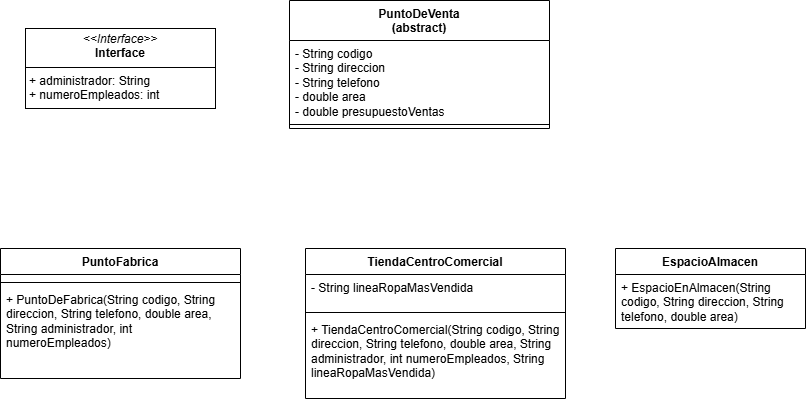
Above: TallerFinalPunto3.drawio.png in AngelDavidGutierrez/TallerFinalPunto3 (draw.io), before the change. Source tidied: cells renumbered, new cells last; positions are measured from the earlier drawing's top-left corner, leaving out a move shared by most shapes.
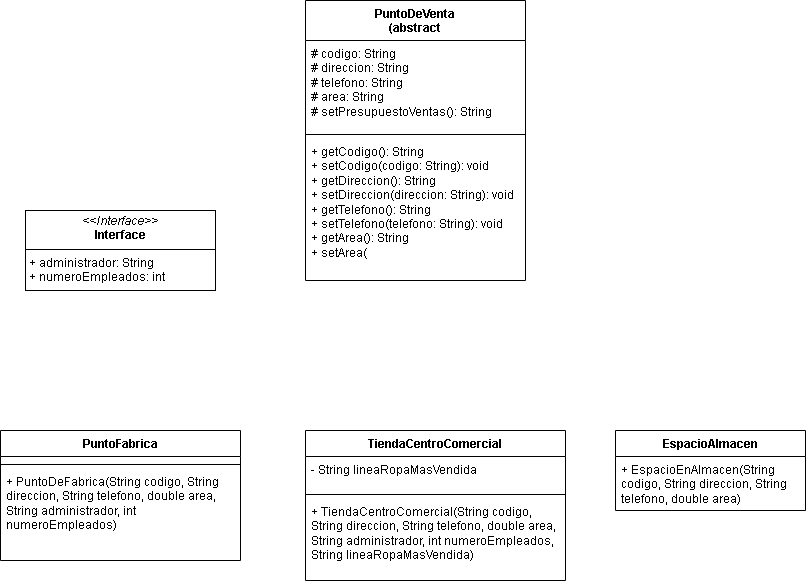
Later version of the same file.

What changed in the source:
```diff
@@ -2,15 +2,6 @@
   <root>
     <mxCell id="0" />
     <mxCell id="1" parent="0" />
-    <mxCell id="2" value="PuntoDeVenta &lt;br&gt;(abstract)" style="swimlane;fontStyle=1;align=center;verticalAlign=top;horizontal=1;startSize=40;whiteSpace=wrap;html=1;" parent="1" vertex="1">
-      <mxGeometry x="289" width="260" height="128" as="geometry" />
-    </mxCell>
-    <mxCell id="3" value="- String codigo&lt;div&gt;- String direccion&lt;/div&gt;&lt;div&gt;- String telefono&lt;/div&gt;&lt;div&gt;- double area&lt;/div&gt;&lt;div&gt;- double presupuestoVentas&lt;/div&gt;" style="text;strokeColor=none;fillColor=none;align=left;verticalAlign=top;spacingLeft=4;spacingRight=4;overflow=hidden;whiteSpace=wrap;html=1;" parent="2" vertex="1">
-      <mxGeometry y="40" width="260" height="80" as="geometry" />
-    </mxCell>
-    <mxCell id="4" style="line;strokeWidth=1;fillColor=none;align=left;verticalAlign=middle;spacingTop=-1;spacingLeft=3;spacingRight=3;labelPosition=right;strokeColor=inherit;" parent="2" vertex="1">
-      <mxGeometry y="120" width="260" height="8" as="geometry" />
-    </mxCell>
     <mxCell id="5" value="PuntoFabrica" style="swimlane;fontStyle=1;align=center;verticalAlign=top;horizontal=1;startSize=26;whiteSpace=wrap;html=1;" parent="1" vertex="1">
       <mxGeometry y="248" width="240" height="130" as="geometry" />
     </mxCell>
@@ -44,5 +35,17 @@
     <mxCell id="15" value="&lt;p style=&quot;margin:0px;margin-top:4px;text-align:center;&quot;&gt;&lt;i&gt;&amp;lt;&amp;lt;Interface&amp;gt;&amp;gt;&lt;/i&gt;&lt;br&gt;&lt;b&gt;Interface&lt;/b&gt;&lt;/p&gt;&lt;hr size=&quot;1&quot; style=&quot;border-style:solid;&quot;&gt;&lt;p style=&quot;margin:0px;margin-left:4px;&quot;&gt;+ administrador: String&amp;nbsp;&lt;br&gt;+ numeroEmpleados: int&lt;/p&gt;&lt;hr size=&quot;1&quot; style=&quot;border-style:solid;&quot;&gt;&lt;p style=&quot;margin:0px;margin-left:4px;&quot;&gt;&lt;br&gt;&lt;/p&gt;" style="verticalAlign=top;align=left;overflow=fill;html=1;whiteSpace=wrap;" parent="1" vertex="1">
       <mxGeometry x="25" y="28" width="190" height="80" as="geometry" />
     </mxCell>
+    <mxCell id="16" value="PuntoDeVenta&lt;div&gt;(abstract&lt;/div&gt;" style="swimlane;fontStyle=1;align=center;verticalAlign=top;horizontal=1;startSize=40;whiteSpace=wrap;html=1;" parent="1" vertex="1">
+      <mxGeometry x="305" y="-182" width="220" height="280" as="geometry" />
+    </mxCell>
+    <mxCell id="17" value="# codigo: String&lt;div&gt;# direccion: String&lt;/div&gt;&lt;div&gt;# telefono: String&lt;/div&gt;&lt;div&gt;# area: String&lt;/div&gt;&lt;div&gt;# setPresupuestoVentas(): String&lt;/div&gt;" style="text;strokeColor=none;fillColor=none;align=left;verticalAlign=top;spacingLeft=4;spacingRight=4;overflow=hidden;whiteSpace=wrap;html=1;" parent="16" vertex="1">
+      <mxGeometry y="40" width="220" height="90" as="geometry" />
+    </mxCell>
+    <mxCell id="18" style="line;strokeWidth=1;fillColor=none;align=left;verticalAlign=middle;spacingTop=-1;spacingLeft=3;spacingRight=3;labelPosition=right;strokeColor=inherit;" parent="16" vertex="1">
+      <mxGeometry y="130" width="220" height="8" as="geometry" />
+    </mxCell>
+    <mxCell id="19" value="+ getCodigo(): String&lt;div&gt;+ setCodigo(codigo: String): void&lt;/div&gt;&lt;div&gt;+ getDireccion(): String&lt;/div&gt;&lt;div&gt;+ setDireccion(direccion: String): void&lt;/div&gt;&lt;div&gt;+ getTelefono(): String&lt;/div&gt;&lt;div&gt;+ setTelefono(telefono: String): void&lt;/div&gt;&lt;div&gt;+ getArea(): String&lt;/div&gt;&lt;div&gt;+ setArea(&lt;/div&gt;" style="text;strokeColor=none;fillColor=none;align=left;verticalAlign=top;spacingLeft=4;spacingRight=4;overflow=hidden;whiteSpace=wrap;html=1;" parent="16" vertex="1">
+      <mxGeometry y="138" width="220" height="142" as="geometry" />
+    </mxCell>
   </root>
 </mxGraphModel>
```
